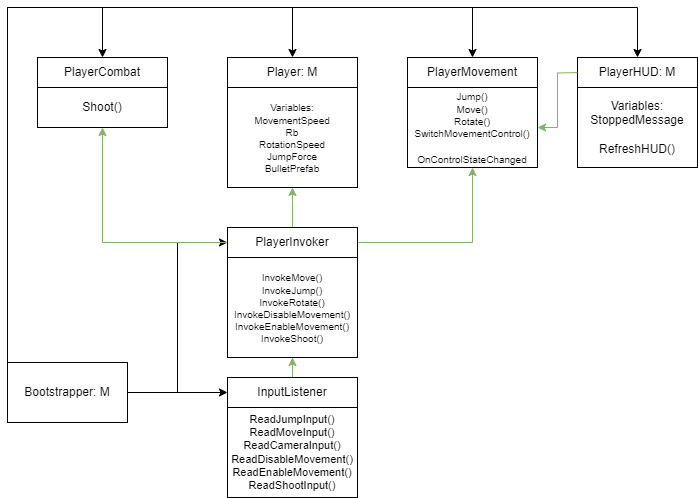
The draw.io diagram CodeScheme.png in fenix131113/Unity-KT-1, before a commit. Source tidied: cells renumbered, new cells last; positions are measured from the earlier drawing's top-left corner, leaving out a move shared by most shapes.
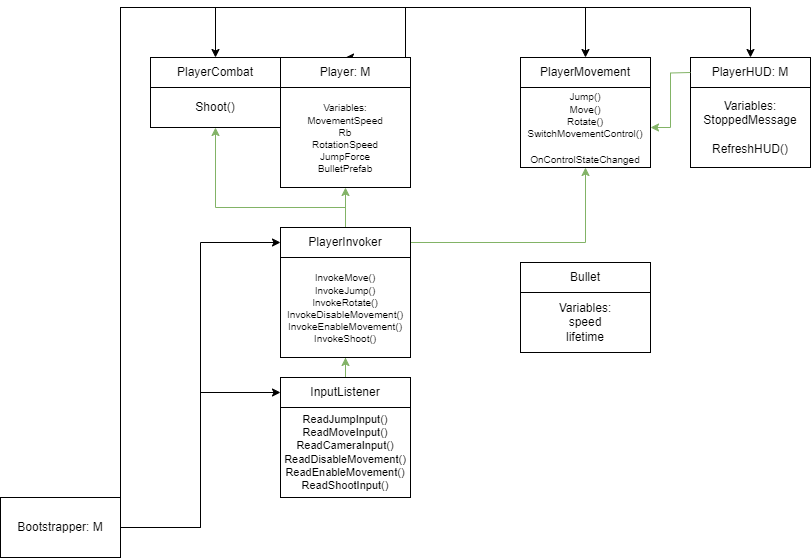
Later version of the same file.

Commit message:
tweak: code scheme

The edit, as a diff of the source:
```diff
@@ -8,24 +8,24 @@
     <mxCell id="3" style="edgeStyle=orthogonalEdgeStyle;rounded=0;jettySize=auto;html=1;entryX=0.5;entryY=0;entryDx=0;entryDy=0;" parent="1" edge="1" source="8" target="11">
       <mxGeometry relative="1" as="geometry">
         <Array as="points">
-          <mxPoint />
-          <mxPoint x="465" />
+          <mxPoint x="80" />
+          <mxPoint x="545" />
         </Array>
       </mxGeometry>
     </mxCell>
     <mxCell id="4" style="edgeStyle=orthogonalEdgeStyle;rounded=0;jettySize=auto;html=1;entryX=0.5;entryY=0;entryDx=0;entryDy=0;" parent="1" edge="1" source="8" target="12">
       <mxGeometry relative="1" as="geometry">
         <Array as="points">
-          <mxPoint />
-          <mxPoint x="285" />
+          <mxPoint x="80" />
+          <mxPoint x="365" />
         </Array>
       </mxGeometry>
     </mxCell>
     <mxCell id="5" style="edgeStyle=orthogonalEdgeStyle;rounded=0;jettySize=auto;html=1;entryX=0.5;entryY=0;entryDx=0;entryDy=0;" parent="1" edge="1" source="8" target="13">
       <mxGeometry relative="1" as="geometry">
         <Array as="points">
-          <mxPoint />
-          <mxPoint x="95" />
+          <mxPoint x="80" />
+          <mxPoint x="175" />
         </Array>
       </mxGeometry>
     </mxCell>
@@ -35,36 +35,41 @@
     <mxCell id="7" style="edgeStyle=orthogonalEdgeStyle;rounded=0;jettySize=auto;html=1;entryX=0.5;entryY=0;entryDx=0;entryDy=0;" parent="1" edge="1" source="8" target="23">
       <mxGeometry relative="1" as="geometry">
         <Array as="points">
-          <mxPoint />
-          <mxPoint x="630" />
+          <mxPoint x="80" />
+          <mxPoint x="710" />
         </Array>
       </mxGeometry>
     </mxCell>
     <mxCell id="8" value="Bootstrapper: M" style="rounded=0;whiteSpace=wrap;html=1;" parent="1" vertex="1">
-      <mxGeometry y="355" width="120" height="60" as="geometry" />
+      <mxGeometry x="-40" y="490" width="120" height="60" as="geometry" />
     </mxCell>
     <mxCell id="9" style="edgeStyle=orthogonalEdgeStyle;rounded=0;jettySize=auto;html=1;entryX=0.5;entryY=1;entryDx=0;entryDy=0;fillColor=#d5e8d4;strokeColor=#82b366;" parent="1" edge="1" source="10" target="22">
       <mxGeometry relative="1" as="geometry" />
     </mxCell>
     <mxCell id="10" value="InputListener" style="rounded=0;whiteSpace=wrap;html=1;" parent="1" vertex="1">
-      <mxGeometry x="220" y="370" width="130" height="30" as="geometry" />
+      <mxGeometry x="240" y="370" width="130" height="30" as="geometry" />
     </mxCell>
     <mxCell id="11" value="PlayerMovement" style="rounded=0;whiteSpace=wrap;html=1;" parent="1" vertex="1">
-      <mxGeometry x="400" y="50" width="130" height="30" as="geometry" />
+      <mxGeometry x="480" y="50" width="130" height="30" as="geometry" />
     </mxCell>
     <mxCell id="12" value="Player: M" style="rounded=0;whiteSpace=wrap;html=1;" parent="1" vertex="1">
-      <mxGeometry x="220" y="50" width="130" height="30" as="geometry" />
+      <mxGeometry x="240" y="50" width="130" height="30" as="geometry" />
     </mxCell>
     <mxCell id="13" value="PlayerCombat" style="rounded=0;whiteSpace=wrap;html=1;" parent="1" vertex="1">
-      <mxGeometry x="30" y="50" width="130" height="30" as="geometry" />
+      <mxGeometry x="110" y="50" width="130" height="30" as="geometry" />
     </mxCell>
     <mxCell id="14" style="edgeStyle=orthogonalEdgeStyle;rounded=0;jettySize=auto;html=1;entryX=0.5;entryY=1;entryDx=0;entryDy=0;fillColor=#d5e8d4;strokeColor=#82b366;" parent="1" edge="1" source="17" target="21">
-      <mxGeometry relative="1" as="geometry" />
+      <mxGeometry relative="1" as="geometry">
+        <Array as="points">
+          <mxPoint x="305" y="200" />
+          <mxPoint x="175" y="200" />
+        </Array>
+      </mxGeometry>
     </mxCell>
     <mxCell id="15" style="edgeStyle=orthogonalEdgeStyle;rounded=0;jettySize=auto;html=1;entryX=0.5;entryY=1;entryDx=0;entryDy=0;fillColor=#d5e8d4;strokeColor=#82b366;" parent="1" edge="1" source="17" target="19">
       <mxGeometry relative="1" as="geometry">
         <Array as="points">
-          <mxPoint x="465" y="235" />
+          <mxPoint x="545" y="235" />
         </Array>
       </mxGeometry>
     </mxCell>
@@ -72,33 +77,39 @@
       <mxGeometry relative="1" as="geometry" />
     </mxCell>
     <mxCell id="17" value="PlayerInvoker" style="rounded=0;whiteSpace=wrap;html=1;" parent="1" vertex="1">
-      <mxGeometry x="220" y="220" width="130" height="30" as="geometry" />
+      <mxGeometry x="240" y="220" width="130" height="30" as="geometry" />
     </mxCell>
     <mxCell id="18" value="&lt;div style=&quot;font-size: 11px;&quot;&gt;&lt;font style=&quot;font-size: 11px;&quot;&gt;ReadJumpInput()&lt;/font&gt;&lt;/div&gt;&lt;div style=&quot;font-size: 11px;&quot;&gt;&lt;span style=&quot;background-color: initial;&quot;&gt;&lt;font style=&quot;font-size: 11px;&quot;&gt;ReadMoveInput()&lt;/font&gt;&lt;/span&gt;&lt;/div&gt;&lt;div style=&quot;font-size: 11px;&quot;&gt;&lt;span style=&quot;background-color: initial;&quot;&gt;&lt;font style=&quot;font-size: 11px;&quot;&gt;ReadCameraInput()&lt;/font&gt;&lt;/span&gt;&lt;/div&gt;&lt;div style=&quot;font-size: 11px;&quot;&gt;&lt;span style=&quot;background-color: initial;&quot;&gt;&lt;font style=&quot;font-size: 11px;&quot;&gt;ReadDisableMovement()&lt;/font&gt;&lt;/span&gt;&lt;/div&gt;&lt;div style=&quot;font-size: 11px;&quot;&gt;&lt;span style=&quot;background-color: initial;&quot;&gt;&lt;font style=&quot;font-size: 11px;&quot;&gt;ReadEnableMovement()&lt;/font&gt;&lt;/span&gt;&lt;/div&gt;&lt;div style=&quot;font-size: 11px;&quot;&gt;&lt;span style=&quot;background-color: initial;&quot;&gt;&lt;font style=&quot;font-size: 11px;&quot;&gt;ReadShootInput()&lt;/font&gt;&lt;/span&gt;&lt;/div&gt;" style="rounded=0;whiteSpace=wrap;html=1;" parent="1" vertex="1">
-      <mxGeometry x="220" y="400" width="130" height="90" as="geometry" />
+      <mxGeometry x="240" y="400" width="130" height="90" as="geometry" />
     </mxCell>
     <mxCell id="19" value="&lt;font style=&quot;font-size: 10px;&quot;&gt;Jump()&lt;/font&gt;&lt;div style=&quot;font-size: 10px;&quot;&gt;&lt;font style=&quot;font-size: 10px;&quot;&gt;Move()&lt;/font&gt;&lt;/div&gt;&lt;div style=&quot;font-size: 10px;&quot;&gt;&lt;font style=&quot;font-size: 10px;&quot;&gt;Rotate()&lt;/font&gt;&lt;/div&gt;&lt;div style=&quot;font-size: 10px;&quot;&gt;&lt;font style=&quot;font-size: 10px;&quot;&gt;SwitchMovementControl()&lt;/font&gt;&lt;br&gt;&lt;/div&gt;&lt;div style=&quot;font-size: 10px;&quot;&gt;&lt;font style=&quot;font-size: 10px;&quot;&gt;&lt;br&gt;&lt;/font&gt;&lt;/div&gt;&lt;div style=&quot;&quot;&gt;&lt;font style=&quot;&quot;&gt;&lt;span style=&quot;font-size: 10px;&quot;&gt;OnControlStateChanged&lt;/span&gt;&lt;br&gt;&lt;/font&gt;&lt;/div&gt;" style="rounded=0;whiteSpace=wrap;html=1;" parent="1" vertex="1">
-      <mxGeometry x="400" y="80" width="130" height="80" as="geometry" />
+      <mxGeometry x="480" y="80" width="130" height="80" as="geometry" />
     </mxCell>
     <mxCell id="20" value="&lt;font style=&quot;font-size: 10px;&quot;&gt;Variables:&lt;/font&gt;&lt;div style=&quot;font-size: 10px;&quot;&gt;&lt;font style=&quot;font-size: 10px;&quot;&gt;MovementSpeed&lt;/font&gt;&lt;/div&gt;&lt;div style=&quot;font-size: 10px;&quot;&gt;&lt;font style=&quot;font-size: 10px;&quot;&gt;Rb&lt;/font&gt;&lt;/div&gt;&lt;div style=&quot;font-size: 10px;&quot;&gt;&lt;font style=&quot;font-size: 10px;&quot;&gt;RotationSpeed&lt;/font&gt;&lt;/div&gt;&lt;div style=&quot;font-size: 10px;&quot;&gt;&lt;font style=&quot;font-size: 10px;&quot;&gt;JumpForce&lt;/font&gt;&lt;/div&gt;&lt;div style=&quot;font-size: 10px;&quot;&gt;&lt;font style=&quot;font-size: 10px;&quot;&gt;BulletPrefab&lt;/font&gt;&lt;/div&gt;" style="rounded=0;whiteSpace=wrap;html=1;" parent="1" vertex="1">
-      <mxGeometry x="220" y="80" width="130" height="100" as="geometry" />
+      <mxGeometry x="240" y="80" width="130" height="100" as="geometry" />
     </mxCell>
     <mxCell id="21" value="&lt;div&gt;&lt;/div&gt;&lt;div&gt;&lt;div&gt;Shoot()&lt;/div&gt;&lt;/div&gt;" style="rounded=0;whiteSpace=wrap;html=1;" parent="1" vertex="1">
-      <mxGeometry x="30" y="80" width="130" height="40" as="geometry" />
+      <mxGeometry x="110" y="80" width="130" height="40" as="geometry" />
     </mxCell>
     <mxCell id="22" value="&lt;font style=&quot;font-size: 10px;&quot;&gt;InvokeMove()&lt;/font&gt;&lt;div style=&quot;font-size: 10px;&quot;&gt;&lt;font style=&quot;font-size: 10px;&quot;&gt;InvokeJump()&lt;/font&gt;&lt;/div&gt;&lt;div style=&quot;font-size: 10px;&quot;&gt;&lt;font style=&quot;font-size: 10px;&quot;&gt;InvokeRotate()&lt;/font&gt;&lt;/div&gt;&lt;div style=&quot;font-size: 10px;&quot;&gt;&lt;font style=&quot;font-size: 10px;&quot;&gt;InvokeDisableMovement()&lt;/font&gt;&lt;/div&gt;&lt;div style=&quot;font-size: 10px;&quot;&gt;&lt;font style=&quot;font-size: 10px;&quot;&gt;InvokeEnableMovement()&lt;/font&gt;&lt;/div&gt;&lt;div style=&quot;font-size: 10px;&quot;&gt;&lt;font style=&quot;font-size: 10px;&quot;&gt;InvokeShoot()&lt;/font&gt;&lt;/div&gt;" style="rounded=0;whiteSpace=wrap;html=1;" parent="1" vertex="1">
-      <mxGeometry x="220" y="250" width="130" height="100" as="geometry" />
+      <mxGeometry x="240" y="250" width="130" height="100" as="geometry" />
     </mxCell>
     <mxCell id="23" value="PlayerHUD: M" style="rounded=0;whiteSpace=wrap;html=1;" parent="1" vertex="1">
-      <mxGeometry x="570" y="50" width="120" height="30" as="geometry" />
+      <mxGeometry x="650" y="50" width="120" height="30" as="geometry" />
     </mxCell>
     <mxCell id="24" style="edgeStyle=orthogonalEdgeStyle;rounded=0;jettySize=auto;html=1;entryX=1;entryY=0.5;entryDx=0;entryDy=0;fillColor=#d5e8d4;strokeColor=#82b366;" parent="1" edge="1" target="19">
       <mxGeometry relative="1" as="geometry">
-        <mxPoint x="570" y="65" as="sourcePoint" />
+        <mxPoint x="650" y="65" as="sourcePoint" />
       </mxGeometry>
     </mxCell>
     <mxCell id="25" value="Variables:&lt;div&gt;StoppedMessage&lt;br&gt;&lt;/div&gt;&lt;div&gt;&lt;br&gt;&lt;/div&gt;&lt;div&gt;RefreshHUD()&lt;/div&gt;" style="rounded=0;whiteSpace=wrap;html=1;" parent="1" vertex="1">
-      <mxGeometry x="570" y="80" width="120" height="80" as="geometry" />
+      <mxGeometry x="650" y="80" width="120" height="80" as="geometry" />
     </mxCell>
+    <mxCell id="26" value="Variables:&lt;div&gt;speed&lt;/div&gt;&lt;div&gt;lifetime&lt;/div&gt;" style="rounded=0;whiteSpace=wrap;html=1;" parent="1" vertex="1">
+      <mxGeometry x="480" y="285" width="130" height="60" as="geometry" />
+    </mxCell>
+    <mxCell id="27" value="Bullet" style="rounded=0;whiteSpace=wrap;html=1;" parent="1" vertex="1">
+      <mxGeometry x="480" y="255" width="130" height="30" as="geometry" />
+    </mxCell>
   </root>
 </mxGraphModel>
```
